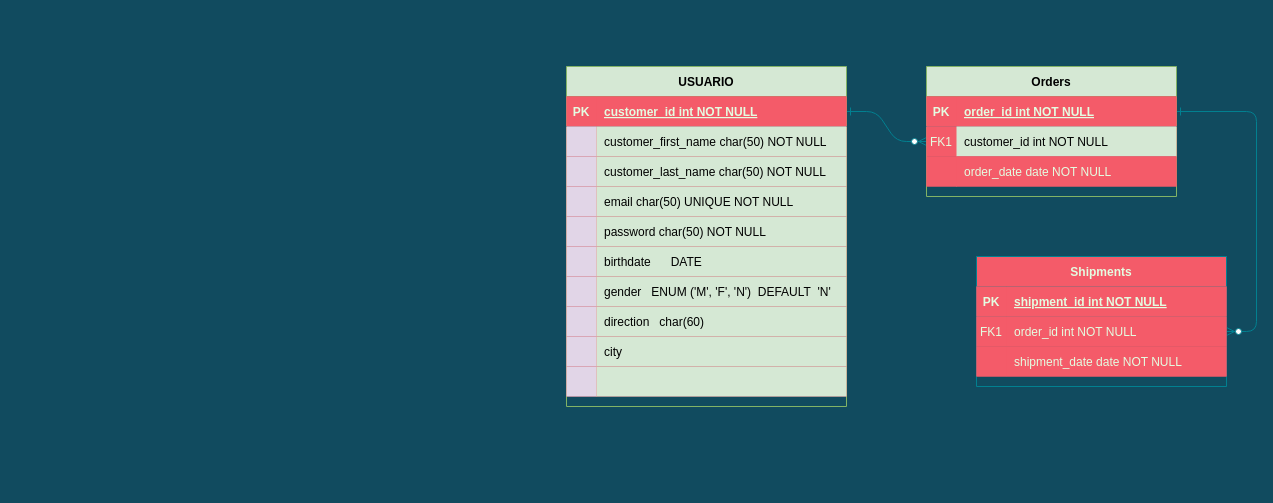
UTCh-BIS-Team/Entity-Relationship-Model keeps this draw.io diagram as Untitled Diagram.drawio. Above is the earlier version. Source tidied: cells renumbered, new cells numbered last; positions are measured from the earlier drawing's top-left corner, leaving out a move shared by most shapes. Both pictures are drawn from the tidied source at 100%, with x=0, y=0 at pixel (566, 66).
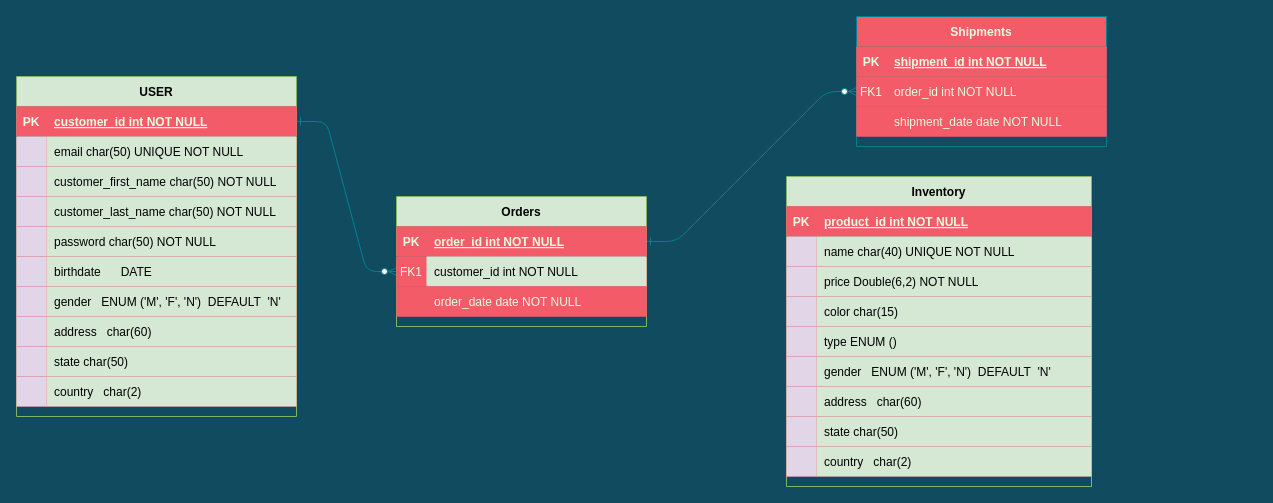
The same diagram, later.

The change refers to these unchanged cells:
```xml
<mxCell id="36" style="shape=partialRectangle;fillColor=#F45B69;top=0;left=0;right=0;bottom=0;strokeColor=#028090;fontColor=#E4FDE1;" parent="14" vertex="1">
  <mxGeometry y="240" width="280" height="30" as="geometry" />
</mxCell>
<mxCell id="39" style="shape=partialRectangle;fillColor=#F45B69;top=0;left=0;right=0;bottom=0;strokeColor=#028090;fontColor=#E4FDE1;" parent="14" vertex="1">
  <mxGeometry y="270" width="280" height="30" as="geometry" />
</mxCell>
<mxCell id="42" style="shape=partialRectangle;fillColor=#F45B69;top=0;left=0;right=0;bottom=0;strokeColor=#028090;fontColor=#E4FDE1;" parent="14" vertex="1">
  <mxGeometry y="300" width="280" height="30" as="geometry" />
</mxCell>
```

What changed in the source:
```diff
@@
-    <mxCell id="4" value="Orders" style="shape=table;startSize=30;childLayout=tableLayout;rowLines=0;fontStyle=1;align=center;fillColor=#d5e8d4;strokeColor=#82b366;" parent="1" vertex="1">
-      <mxGeometry x="360" width="250" height="130" as="geometry" />
-    </mxCell>
-    <mxCell id="5" style="shape=partialRectangle;fillColor=#F45B69;points=[[0,0.5],[1,0.5]];portConstraint=eastwest;top=0;left=0;right=0;bottom=1;strokeColor=#028090;fontColor=#E4FDE1;" parent="4" vertex="1">
-      <mxGeometry y="30" width="250" height="30" as="geometry" />
-    </mxCell>
-    <mxCell id="6" value="PK" style="shape=partialRectangle;overflow=hidden;fillColor=#F45B69;top=0;left=0;bottom=0;right=0;fontStyle=1;strokeColor=#028090;fontColor=#E4FDE1;" parent="5" vertex="1">
-      <mxGeometry width="30" height="30" as="geometry" />
-    </mxCell>
-    <mxCell id="7" value="order_id int NOT NULL " style="shape=partialRectangle;overflow=hidden;fillColor=#F45B69;top=0;left=0;bottom=0;right=0;align=left;spacingLeft=6;fontStyle=5;strokeColor=#028090;fontColor=#E4FDE1;" parent="5" vertex="1">
-      <mxGeometry x="30" width="220" height="30" as="geometry" />
-    </mxCell>
-    <mxCell id="8" style="shape=partialRectangle;fillColor=#F45B69;points=[[0,0.5],[1,0.5]];portConstraint=eastwest;top=0;left=0;right=0;bottom=0;strokeColor=#028090;fontColor=#E4FDE1;" parent="4" vertex="1">
-      <mxGeometry y="60" width="250" height="30" as="geometry" />
-    </mxCell>
-    <mxCell id="9" value="FK1" style="shape=partialRectangle;overflow=hidden;fillColor=#F45B69;top=0;left=0;bottom=0;right=0;strokeColor=#028090;fontColor=#E4FDE1;" parent="8" vertex="1">
-      <mxGeometry width="30" height="30" as="geometry" />
-    </mxCell>
-    <mxCell id="10" value="customer_id int NOT NULL" style="shape=partialRectangle;overflow=hidden;fillColor=#d5e8d4;top=0;left=0;bottom=0;right=0;align=left;spacingLeft=6;strokeColor=#82b366;" parent="8" vertex="1">
-      <mxGeometry x="30" width="220" height="30" as="geometry" />
-    </mxCell>
-    <mxCell id="11" style="shape=partialRectangle;fillColor=#F45B69;top=0;left=0;right=0;bottom=0;strokeColor=#028090;fontColor=#E4FDE1;" parent="4" vertex="1">
-      <mxGeometry y="90" width="250" height="30" as="geometry" />
-    </mxCell>
-    <mxCell id="12" style="shape=partialRectangle;overflow=hidden;fillColor=#F45B69;top=0;left=0;bottom=0;right=0;strokeColor=#028090;fontColor=#E4FDE1;" parent="11" vertex="1">
-      <mxGeometry width="30" height="30" as="geometry" />
-    </mxCell>
-    <mxCell id="13" value="order_date date NOT NULL" style="shape=partialRectangle;overflow=hidden;fillColor=#F45B69;top=0;left=0;bottom=0;right=0;align=left;spacingLeft=6;strokeColor=#028090;fontColor=#E4FDE1;" parent="11" vertex="1">
-      <mxGeometry x="30" width="220" height="30" as="geometry" />
-    </mxCell>
-    <mxCell id="14" value="USUARIO" style="shape=table;startSize=30;childLayout=tableLayout;rowLines=0;fontStyle=1;align=center;fillColor=#d5e8d4;strokeColor=#82b366;" parent="1" vertex="1">
-      <mxGeometry width="280" height="340" as="geometry" />
+    <mxCell id="14" value="USER" style="shape=table;startSize=30;childLayout=tableLayout;rowLines=0;fontStyle=1;align=center;fillColor=#d5e8d4;strokeColor=#82b366;" parent="1" vertex="1">
+      <mxGeometry x="-550" y="10" width="280" height="340" as="geometry" />
     </mxCell>
@@
+    <mxCell id="24" style="shape=partialRectangle;fillColor=#F45B69;top=0;left=0;right=0;bottom=0;strokeColor=#028090;fontColor=#E4FDE1;" parent="14" vertex="1">
+      <mxGeometry y="60" width="280" height="30" as="geometry" />
+    </mxCell>
+    <mxCell id="25" style="shape=partialRectangle;overflow=hidden;fillColor=#e1d5e7;top=0;left=0;bottom=0;right=0;strokeColor=#9673a6;" parent="24" vertex="1">
+      <mxGeometry width="30" height="30" as="geometry" />
+    </mxCell>
+    <mxCell id="26" value="email char(50) UNIQUE NOT NULL" style="shape=partialRectangle;overflow=hidden;fillColor=#d5e8d4;top=0;left=0;bottom=0;right=0;align=left;spacingLeft=6;strokeColor=#82b366;shadow=0;sketch=0;" parent="24" vertex="1">
+      <mxGeometry x="30" width="250" height="30" as="geometry" />
+    </mxCell>
     <mxCell id="18" style="shape=partialRectangle;fillColor=#F45B69;top=0;left=0;right=0;bottom=0;strokeColor=#028090;fontColor=#E4FDE1;" parent="14" vertex="1">
-      <mxGeometry y="60" width="280" height="30" as="geometry" />
+      <mxGeometry y="90" width="280" height="30" as="geometry" />
     </mxCell>
@@
     <mxCell id="21" style="shape=partialRectangle;fillColor=#F45B69;top=0;left=0;right=0;bottom=0;strokeColor=#028090;fontColor=#E4FDE1;" parent="14" vertex="1">
-      <mxGeometry y="90" width="280" height="30" as="geometry" />
+      <mxGeometry y="120" width="280" height="30" as="geometry" />
     </mxCell>
@@
-    <mxCell id="24" style="shape=partialRectangle;fillColor=#F45B69;top=0;left=0;right=0;bottom=0;strokeColor=#028090;fontColor=#E4FDE1;" parent="14" vertex="1">
-      <mxGeometry y="120" width="280" height="30" as="geometry" />
-    </mxCell>
-    <mxCell id="25" style="shape=partialRectangle;overflow=hidden;fillColor=#e1d5e7;top=0;left=0;bottom=0;right=0;strokeColor=#9673a6;" parent="24" vertex="1">
-      <mxGeometry width="30" height="30" as="geometry" />
-    </mxCell>
-    <mxCell id="26" value="email char(50) UNIQUE NOT NULL" style="shape=partialRectangle;overflow=hidden;fillColor=#d5e8d4;top=0;left=0;bottom=0;right=0;align=left;spacingLeft=6;strokeColor=#82b366;shadow=0;sketch=0;" parent="24" vertex="1">
-      <mxGeometry x="30" width="250" height="30" as="geometry" />
-    </mxCell>
@@
-    <mxCell id="38" value="direction   char(60)" style="shape=partialRectangle;overflow=hidden;fillColor=#d5e8d4;top=0;left=0;bottom=0;right=0;align=left;spacingLeft=6;strokeColor=#82b366;shadow=0;sketch=0;" parent="36" vertex="1">
+    <mxCell id="38" value="address   char(60)" style="shape=partialRectangle;overflow=hidden;fillColor=#d5e8d4;top=0;left=0;bottom=0;right=0;align=left;spacingLeft=6;strokeColor=#82b366;shadow=0;sketch=0;" parent="36" vertex="1">
       <mxGeometry x="30" width="250" height="30" as="geometry" />
     </mxCell>
@@
-    <mxCell id="41" value="city" style="shape=partialRectangle;overflow=hidden;fillColor=#d5e8d4;top=0;left=0;bottom=0;right=0;align=left;spacingLeft=6;strokeColor=#82b366;shadow=0;sketch=0;" parent="39" vertex="1">
+    <mxCell id="41" value="state char(50)" style="shape=partialRectangle;overflow=hidden;fillColor=#d5e8d4;top=0;left=0;bottom=0;right=0;align=left;spacingLeft=6;strokeColor=#82b366;shadow=0;sketch=0;" parent="39" vertex="1">
       <mxGeometry x="30" width="250" height="30" as="geometry" />
     </mxCell>
@@
-    <mxCell id="44" style="shape=partialRectangle;overflow=hidden;fillColor=#d5e8d4;top=0;left=0;bottom=0;right=0;align=left;spacingLeft=6;strokeColor=#82b366;shadow=0;sketch=0;" parent="42" vertex="1">
+    <mxCell id="44" value="country   char(2)" style="shape=partialRectangle;overflow=hidden;fillColor=#d5e8d4;top=0;left=0;bottom=0;right=0;align=left;spacingLeft=6;strokeColor=#82b366;shadow=0;sketch=0;" parent="42" vertex="1">
       <mxGeometry x="30" width="250" height="30" as="geometry" />
     </mxCell>
     <mxCell id="45" value="Shipments" style="shape=table;startSize=30;childLayout=tableLayout;rowLines=0;fontStyle=1;align=center;fillColor=#F45B69;strokeColor=#028090;fontColor=#E4FDE1;" parent="1" vertex="1">
-      <mxGeometry x="410" y="190" width="250" height="130" as="geometry" />
+      <mxGeometry x="290" y="-50" width="250" height="130" as="geometry" />
     </mxCell>
@@
+    <mxCell id="4" value="Orders" style="shape=table;startSize=30;childLayout=tableLayout;rowLines=0;fontStyle=1;align=center;fillColor=#d5e8d4;strokeColor=#82b366;" parent="1" vertex="1">
+      <mxGeometry x="-170" y="130" width="250" height="130" as="geometry" />
+    </mxCell>
+    <mxCell id="5" style="shape=partialRectangle;fillColor=#F45B69;points=[[0,0.5],[1,0.5]];portConstraint=eastwest;top=0;left=0;right=0;bottom=1;strokeColor=#028090;fontColor=#E4FDE1;" parent="4" vertex="1">
+      <mxGeometry y="30" width="250" height="30" as="geometry" />
+    </mxCell>
+    <mxCell id="6" value="PK" style="shape=partialRectangle;overflow=hidden;fillColor=#F45B69;top=0;left=0;bottom=0;right=0;fontStyle=1;strokeColor=#028090;fontColor=#E4FDE1;" parent="5" vertex="1">
+      <mxGeometry width="30" height="30" as="geometry" />
+    </mxCell>
+    <mxCell id="7" value="order_id int NOT NULL " style="shape=partialRectangle;overflow=hidden;fillColor=#F45B69;top=0;left=0;bottom=0;right=0;align=left;spacingLeft=6;fontStyle=5;strokeColor=#028090;fontColor=#E4FDE1;" parent="5" vertex="1">
+      <mxGeometry x="30" width="220" height="30" as="geometry" />
+    </mxCell>
+    <mxCell id="8" style="shape=partialRectangle;fillColor=#F45B69;points=[[0,0.5],[1,0.5]];portConstraint=eastwest;top=0;left=0;right=0;bottom=0;strokeColor=#028090;fontColor=#E4FDE1;" parent="4" vertex="1">
+      <mxGeometry y="60" width="250" height="30" as="geometry" />
+    </mxCell>
+    <mxCell id="9" value="FK1" style="shape=partialRectangle;overflow=hidden;fillColor=#F45B69;top=0;left=0;bottom=0;right=0;strokeColor=#028090;fontColor=#E4FDE1;" parent="8" vertex="1">
+      <mxGeometry width="30" height="30" as="geometry" />
+    </mxCell>
+    <mxCell id="10" value="customer_id int NOT NULL" style="shape=partialRectangle;overflow=hidden;fillColor=#d5e8d4;top=0;left=0;bottom=0;right=0;align=left;spacingLeft=6;strokeColor=#82b366;" parent="8" vertex="1">
+      <mxGeometry x="30" width="220" height="30" as="geometry" />
+    </mxCell>
+    <mxCell id="11" style="shape=partialRectangle;fillColor=#F45B69;top=0;left=0;right=0;bottom=0;strokeColor=#028090;fontColor=#E4FDE1;" parent="4" vertex="1">
+      <mxGeometry y="90" width="250" height="30" as="geometry" />
+    </mxCell>
+    <mxCell id="12" style="shape=partialRectangle;overflow=hidden;fillColor=#F45B69;top=0;left=0;bottom=0;right=0;strokeColor=#028090;fontColor=#E4FDE1;" parent="11" vertex="1">
+      <mxGeometry width="30" height="30" as="geometry" />
+    </mxCell>
+    <mxCell id="13" value="order_date date NOT NULL" style="shape=partialRectangle;overflow=hidden;fillColor=#F45B69;top=0;left=0;bottom=0;right=0;align=left;spacingLeft=6;strokeColor=#028090;fontColor=#E4FDE1;" parent="11" vertex="1">
+      <mxGeometry x="30" width="220" height="30" as="geometry" />
+    </mxCell>
+    <mxCell id="55" value="Inventory" style="shape=table;startSize=30;childLayout=tableLayout;rowLines=0;fontStyle=1;align=center;fillColor=#d5e8d4;strokeColor=#82b366;" parent="1" vertex="1">
+      <mxGeometry x="220" y="110" width="305" height="310" as="geometry" />
+    </mxCell>
+    <mxCell id="56" style="shape=partialRectangle;fillColor=#F45B69;top=0;left=0;right=0;bottom=1;strokeColor=#028090;fontColor=#E4FDE1;" parent="55" vertex="1">
+      <mxGeometry y="30" width="305" height="30" as="geometry" />
+    </mxCell>
+    <mxCell id="57" value="PK" style="shape=partialRectangle;overflow=hidden;fillColor=#F45B69;top=0;left=0;bottom=0;right=0;fontStyle=1;strokeColor=#028090;fontColor=#E4FDE1;" parent="56" vertex="1">
+      <mxGeometry width="30" height="30" as="geometry" />
+    </mxCell>
+    <mxCell id="58" value="product_id int NOT NULL " style="shape=partialRectangle;overflow=hidden;fillColor=#F45B69;top=0;left=0;bottom=0;right=0;align=left;spacingLeft=6;fontStyle=5;strokeColor=#028090;fontColor=#E4FDE1;" parent="56" vertex="1">
+      <mxGeometry x="30" width="275" height="30" as="geometry" />
+    </mxCell>
+    <mxCell id="59" style="shape=partialRectangle;fillColor=#F45B69;top=0;left=0;right=0;bottom=0;strokeColor=#028090;fontColor=#E4FDE1;" parent="55" vertex="1">
+      <mxGeometry y="60" width="305" height="30" as="geometry" />
+    </mxCell>
+    <mxCell id="60" style="shape=partialRectangle;overflow=hidden;fillColor=#e1d5e7;top=0;left=0;bottom=0;right=0;strokeColor=#9673a6;" parent="59" vertex="1">
+      <mxGeometry width="30" height="30" as="geometry" />
+    </mxCell>
+    <mxCell id="61" value="name char(40) UNIQUE NOT NULL" style="shape=partialRectangle;overflow=hidden;fillColor=#d5e8d4;top=0;left=0;bottom=0;right=0;align=left;spacingLeft=6;strokeColor=#82b366;shadow=0;sketch=0;" parent="59" vertex="1">
+      <mxGeometry x="30" width="275" height="30" as="geometry" />
+    </mxCell>
+    <mxCell id="62" style="shape=partialRectangle;fillColor=#F45B69;top=0;left=0;right=0;bottom=0;strokeColor=#028090;fontColor=#E4FDE1;" parent="55" vertex="1">
+      <mxGeometry y="90" width="305" height="30" as="geometry" />
+    </mxCell>
+    <mxCell id="63" style="shape=partialRectangle;overflow=hidden;fillColor=#e1d5e7;top=0;left=0;bottom=0;right=0;strokeColor=#9673a6;" parent="62" vertex="1">
+      <mxGeometry width="30" height="30" as="geometry" />
+    </mxCell>
+    <mxCell id="64" value="price Double(6,2) NOT NULL" style="shape=partialRectangle;overflow=hidden;fillColor=#d5e8d4;top=0;left=0;bottom=0;right=0;align=left;spacingLeft=6;strokeColor=#82b366;shadow=0;sketch=0;" parent="62" vertex="1">
+      <mxGeometry x="30" width="275" height="30" as="geometry" />
+    </mxCell>
+    <mxCell id="65" style="shape=partialRectangle;fillColor=#F45B69;top=0;left=0;right=0;bottom=0;strokeColor=#028090;fontColor=#E4FDE1;" parent="55" vertex="1">
+      <mxGeometry y="120" width="305" height="30" as="geometry" />
+    </mxCell>
+    <mxCell id="66" style="shape=partialRectangle;overflow=hidden;fillColor=#e1d5e7;top=0;left=0;bottom=0;right=0;strokeColor=#9673a6;" parent="65" vertex="1">
+      <mxGeometry width="30" height="30" as="geometry" />
+    </mxCell>
+    <mxCell id="67" value="color char(15)" style="shape=partialRectangle;overflow=hidden;fillColor=#d5e8d4;top=0;left=0;bottom=0;right=0;align=left;spacingLeft=6;strokeColor=#82b366;shadow=0;sketch=0;" parent="65" vertex="1">
+      <mxGeometry x="30" width="275" height="30" as="geometry" />
+    </mxCell>
+    <mxCell id="68" style="shape=partialRectangle;fillColor=#F45B69;top=0;left=0;right=0;bottom=0;strokeColor=#028090;fontColor=#E4FDE1;" parent="55" vertex="1">
+      <mxGeometry y="150" width="305" height="30" as="geometry" />
+    </mxCell>
+    <mxCell id="69" style="shape=partialRectangle;overflow=hidden;fillColor=#e1d5e7;top=0;left=0;bottom=0;right=0;strokeColor=#9673a6;" parent="68" vertex="1">
+      <mxGeometry width="30" height="30" as="geometry" />
+    </mxCell>
+    <mxCell id="70" value="type ENUM ()" style="shape=partialRectangle;overflow=hidden;fillColor=#d5e8d4;top=0;left=0;bottom=0;right=0;align=left;spacingLeft=6;strokeColor=#82b366;shadow=0;sketch=0;" parent="68" vertex="1">
+      <mxGeometry x="30" width="275" height="30" as="geometry" />
+    </mxCell>
+    <mxCell id="71" style="shape=partialRectangle;fillColor=#F45B69;top=0;left=0;right=0;bottom=0;strokeColor=#028090;fontColor=#E4FDE1;" parent="55" vertex="1">
+      <mxGeometry y="180" width="305" height="30" as="geometry" />
+    </mxCell>
+    <mxCell id="72" style="shape=partialRectangle;overflow=hidden;fillColor=#e1d5e7;top=0;left=0;bottom=0;right=0;strokeColor=#9673a6;" parent="71" vertex="1">
+      <mxGeometry width="30" height="30" as="geometry" />
+    </mxCell>
+    <mxCell id="73" value="gender   ENUM ('M', 'F', 'N')  DEFAULT  'N'" style="shape=partialRectangle;overflow=hidden;fillColor=#d5e8d4;top=0;left=0;bottom=0;right=0;align=left;spacingLeft=6;strokeColor=#82b366;shadow=0;sketch=0;" parent="71" vertex="1">
+      <mxGeometry x="30" width="275" height="30" as="geometry" />
+    </mxCell>
+    <mxCell id="74" style="shape=partialRectangle;fillColor=#F45B69;top=0;left=0;right=0;bottom=0;strokeColor=#028090;fontColor=#E4FDE1;" parent="55" vertex="1">
+      <mxGeometry y="210" width="305" height="30" as="geometry" />
+    </mxCell>
+    <mxCell id="75" style="shape=partialRectangle;overflow=hidden;fillColor=#e1d5e7;top=0;left=0;bottom=0;right=0;strokeColor=#9673a6;" parent="74" vertex="1">
+      <mxGeometry width="30" height="30" as="geometry" />
+    </mxCell>
+    <mxCell id="76" value="address   char(60)" style="shape=partialRectangle;overflow=hidden;fillColor=#d5e8d4;top=0;left=0;bottom=0;right=0;align=left;spacingLeft=6;strokeColor=#82b366;shadow=0;sketch=0;" parent="74" vertex="1">
+      <mxGeometry x="30" width="275" height="30" as="geometry" />
+    </mxCell>
+    <mxCell id="77" style="shape=partialRectangle;fillColor=#F45B69;top=0;left=0;right=0;bottom=0;strokeColor=#028090;fontColor=#E4FDE1;" parent="55" vertex="1">
+      <mxGeometry y="240" width="305" height="30" as="geometry" />
+    </mxCell>
+    <mxCell id="78" style="shape=partialRectangle;overflow=hidden;fillColor=#e1d5e7;top=0;left=0;bottom=0;right=0;strokeColor=#9673a6;" parent="77" vertex="1">
+      <mxGeometry width="30" height="30" as="geometry" />
+    </mxCell>
+    <mxCell id="79" value="state char(50)" style="shape=partialRectangle;overflow=hidden;fillColor=#d5e8d4;top=0;left=0;bottom=0;right=0;align=left;spacingLeft=6;strokeColor=#82b366;shadow=0;sketch=0;" parent="77" vertex="1">
+      <mxGeometry x="30" width="275" height="30" as="geometry" />
+    </mxCell>
+    <mxCell id="80" style="shape=partialRectangle;fillColor=#F45B69;top=0;left=0;right=0;bottom=0;strokeColor=#028090;fontColor=#E4FDE1;" parent="55" vertex="1">
+      <mxGeometry y="270" width="305" height="30" as="geometry" />
+    </mxCell>
+    <mxCell id="81" style="shape=partialRectangle;overflow=hidden;fillColor=#e1d5e7;top=0;left=0;bottom=0;right=0;strokeColor=#9673a6;" parent="80" vertex="1">
+      <mxGeometry width="30" height="30" as="geometry" />
+    </mxCell>
+    <mxCell id="82" value="country   char(2)" style="shape=partialRectangle;overflow=hidden;fillColor=#d5e8d4;top=0;left=0;bottom=0;right=0;align=left;spacingLeft=6;strokeColor=#82b366;shadow=0;sketch=0;" parent="80" vertex="1">
+      <mxGeometry x="30" width="275" height="30" as="geometry" />
+    </mxCell>
```
